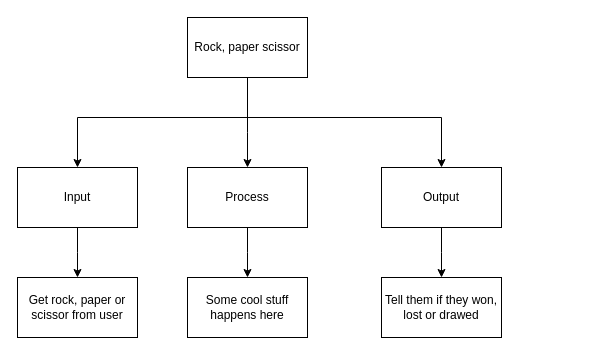
Huzaifa-Khalid-2/ics4u-assignment1-typescript keeps this draw.io diagram as flowchar_folder/top_down.drawio. Above is the earlier version. Source tidied: cells renumbered, new cells numbered last; positions are measured from the earlier drawing's top-left corner, leaving out a move shared by most shapes. Both pictures are drawn from the tidied source at 100%, with x=0, y=0 at pixel (17, 17).
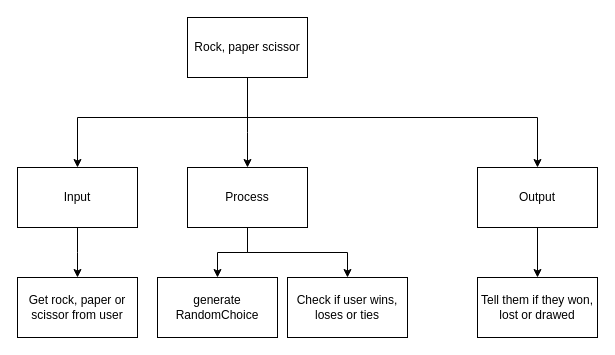
The same page after the edit.

Commit message (it also covers changes not shown here):
finished top_down

The change refers to these unchanged cells:
```xml
<mxCell id="5" value="Rock, paper scissor" style="rounded=0;whiteSpace=wrap;html=1;" parent="1" vertex="1">
  <mxGeometry x="170" width="120" height="60" as="geometry" />
</mxCell>
<mxCell id="9" value="Process" style="rounded=0;whiteSpace=wrap;html=1;" parent="1" vertex="1">
  <mxGeometry x="170" y="150" width="120" height="60" as="geometry" />
</mxCell>
```

What changed in the source:
```diff
@@
     <mxCell id="4" style="edgeStyle=orthogonalEdgeStyle;html=1;entryX=0.5;entryY=0;entryDx=0;entryDy=0;rounded=0;" parent="1" edge="1" source="5" target="11">
       <mxGeometry relative="1" as="geometry">
         <Array as="points">
           <mxPoint x="230" y="100" />
-          <mxPoint x="424" y="100" />
+          <mxPoint x="520" y="100" />
         </Array>
       </mxGeometry>
     </mxCell>
@@
-    <mxCell id="8" style="edgeStyle=orthogonalEdgeStyle;rounded=0;html=1;" parent="1" edge="1" source="9">
-      <mxGeometry relative="1" as="geometry">
-        <mxPoint x="230" y="260" as="targetPoint" />
-      </mxGeometry>
+    <mxCell id="8" style="edgeStyle=orthogonalEdgeStyle;rounded=0;html=1;entryX=0.5;entryY=0;entryDx=0;entryDy=0;" parent="1" edge="1" source="9" target="13">
+      <mxGeometry relative="1" as="geometry" />
     </mxCell>
+    <mxCell id="15" style="edgeStyle=elbowEdgeStyle;html=1;elbow=vertical;rounded=0;" parent="1" edge="1" source="9">
+      <mxGeometry relative="1" as="geometry">
+        <mxPoint x="330" y="260" as="targetPoint" />
+      </mxGeometry>
+    </mxCell>
@@
-    <mxCell id="10" style="edgeStyle=orthogonalEdgeStyle;rounded=0;html=1;" parent="1" edge="1" source="11">
-      <mxGeometry relative="1" as="geometry">
-        <mxPoint x="424" y="260" as="targetPoint" />
-      </mxGeometry>
-    </mxCell>
+    <mxCell id="16" style="edgeStyle=none;html=1;" parent="1" edge="1" source="11" target="14">
+      <mxGeometry relative="1" as="geometry" />
+    </mxCell>
     <mxCell id="11" value="Output" style="rounded=0;whiteSpace=wrap;html=1;" parent="1" vertex="1">
-      <mxGeometry x="364" y="150" width="120" height="60" as="geometry" />
+      <mxGeometry x="460" y="150" width="120" height="60" as="geometry" />
     </mxCell>
@@
-    <mxCell id="13" value="Some cool stuff happens here" style="rounded=0;whiteSpace=wrap;html=1;" parent="1" vertex="1">
-      <mxGeometry x="170" y="260" width="120" height="60" as="geometry" />
+    <mxCell id="13" value="generate&lt;br&gt;RandomChoice" style="rounded=0;whiteSpace=wrap;html=1;" parent="1" vertex="1">
+      <mxGeometry x="140" y="260" width="120" height="60" as="geometry" />
     </mxCell>
     <mxCell id="14" value="Tell them if they won, lost or drawed" style="rounded=0;whiteSpace=wrap;html=1;" parent="1" vertex="1">
-      <mxGeometry x="364" y="260" width="120" height="60" as="geometry" />
+      <mxGeometry x="460" y="260" width="120" height="60" as="geometry" />
     </mxCell>
+    <mxCell id="17" value="Check if user wins, loses or ties" style="rounded=0;whiteSpace=wrap;html=1;" parent="1" vertex="1">
+      <mxGeometry x="270" y="260" width="120" height="60" as="geometry" />
+    </mxCell>
```
